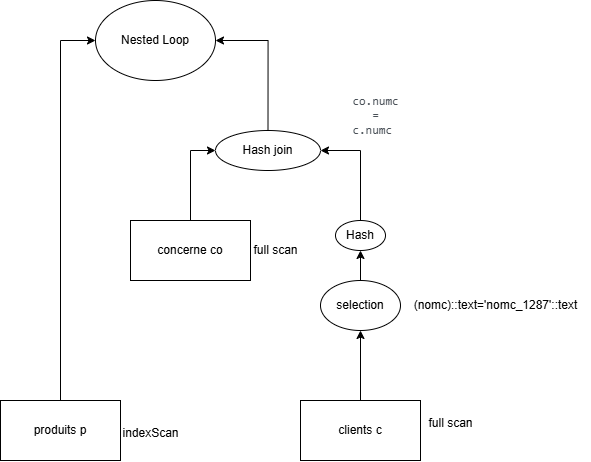
This is Exercice2/questions2_3_3_b.drawio.png from antonincacadetruire/MiniProjet, a draw.io export, as it was before one commit. Source tidied: cells renumbered, new cells last; positions are measured from the earlier drawing's top-left corner, leaving out a move shared by most shapes. The source it was exported from:
```xml
<mxGraphModel>
  <root>
    <mxCell id="0" />
    <mxCell id="1" parent="0" />
    <mxCell id="2" style="edgeStyle=orthogonalEdgeStyle;rounded=0;jettySize=auto;html=1;exitX=0.5;exitY=0;exitDx=0;exitDy=0;entryX=0;entryY=0.5;entryDx=0;entryDy=0;" parent="1" edge="1" source="3" target="16">
      <mxGeometry relative="1" as="geometry" />
    </mxCell>
    <mxCell id="3" value="produits p" style="rounded=0;whiteSpace=wrap;html=1;" parent="1" vertex="1">
      <mxGeometry y="400" width="120" height="60" as="geometry" />
    </mxCell>
    <mxCell id="4" value="clients c" style="rounded=0;whiteSpace=wrap;html=1;" parent="1" vertex="1">
      <mxGeometry x="300" y="400" width="120" height="60" as="geometry" />
    </mxCell>
    <mxCell id="5" style="edgeStyle=orthogonalEdgeStyle;rounded=0;jettySize=auto;html=1;" parent="1" edge="1" source="6" target="10">
      <mxGeometry relative="1" as="geometry" />
    </mxCell>
    <mxCell id="6" value="selection" style="ellipse;whiteSpace=wrap;html=1;" parent="1" vertex="1">
      <mxGeometry x="320" y="280" width="80" height="50" as="geometry" />
    </mxCell>
    <mxCell id="7" value="(nomc)::text='nomc_1287'::text" style="text;html=1;align=center;verticalAlign=middle;strokeColor=none;fillColor=none;" parent="1" vertex="1">
      <mxGeometry x="400" y="290" width="190" height="30" as="geometry" />
    </mxCell>
    <mxCell id="8" style="endArrow=classic;html=1;rounded=0;exitX=0.5;exitY=0;exitDx=0;exitDy=0;entryX=0.5;entryY=1;entryDx=0;entryDy=0;" parent="1" edge="1" source="4" target="6">
      <mxGeometry relative="1" as="geometry" />
    </mxCell>
    <mxCell id="9" style="edgeStyle=orthogonalEdgeStyle;rounded=0;jettySize=auto;html=1;exitX=0.5;exitY=0;exitDx=0;exitDy=0;entryX=1;entryY=0.5;entryDx=0;entryDy=0;" parent="1" edge="1" source="10" target="15">
      <mxGeometry relative="1" as="geometry" />
    </mxCell>
    <mxCell id="10" value="Hash" style="ellipse;whiteSpace=wrap;html=1;" parent="1" vertex="1">
      <mxGeometry x="335" y="220" width="50" height="30" as="geometry" />
    </mxCell>
    <mxCell id="11" style="edgeStyle=orthogonalEdgeStyle;rounded=0;jettySize=auto;html=1;exitX=0.5;exitY=0;exitDx=0;exitDy=0;entryX=0;entryY=0.5;entryDx=0;entryDy=0;" parent="1" edge="1" source="12" target="15">
      <mxGeometry relative="1" as="geometry" />
    </mxCell>
    <mxCell id="12" value="concerne co" style="rounded=0;whiteSpace=wrap;html=1;" parent="1" vertex="1">
      <mxGeometry x="130" y="220" width="120" height="60" as="geometry" />
    </mxCell>
    <mxCell id="13" value="full scan" style="text;html=1;align=center;verticalAlign=middle;strokeColor=none;fillColor=none;" parent="1" vertex="1">
      <mxGeometry x="240" y="235" width="70" height="30" as="geometry" />
    </mxCell>
    <mxCell id="14" style="edgeStyle=orthogonalEdgeStyle;rounded=0;jettySize=auto;html=1;exitX=0.5;exitY=0;exitDx=0;exitDy=0;entryX=1;entryY=0.5;entryDx=0;entryDy=0;" parent="1" edge="1" source="15" target="16">
      <mxGeometry relative="1" as="geometry" />
    </mxCell>
    <mxCell id="15" value="Hash join" style="ellipse;whiteSpace=wrap;html=1;" parent="1" vertex="1">
      <mxGeometry x="215" y="130" width="105" height="40" as="geometry" />
    </mxCell>
    <mxCell id="16" value="Nested Loop" style="ellipse;whiteSpace=wrap;html=1;" parent="1" vertex="1">
      <mxGeometry x="95" width="120" height="80" as="geometry" />
    </mxCell>
    <mxCell id="17" value="indexScan" style="text;html=1;align=center;verticalAlign=middle;strokeColor=none;fillColor=none;" parent="1" vertex="1">
      <mxGeometry x="110" y="418" width="80" height="30" as="geometry" />
    </mxCell>
    <mxCell id="18" value="&lt;span style=&quot;color: rgb(73, 80, 87); font-family: SFMono-Regular, Menlo, Monaco, Consolas, &amp;quot;Liberation Mono&amp;quot;, &amp;quot;Courier New&amp;quot;, monospace; text-align: left; text-wrap-mode: wrap; background-color: rgb(255, 255, 255);&quot;&gt;co.numc = c.numc&amp;nbsp;&lt;/span&gt;" style="text;html=1;align=center;verticalAlign=middle;strokeColor=none;fillColor=none;" parent="1" vertex="1">
      <mxGeometry x="305" y="100" width="140" height="30" as="geometry" />
    </mxCell>
    <mxCell id="19" value="full scan" style="text;html=1;align=center;verticalAlign=middle;strokeColor=none;fillColor=none;" parent="1" vertex="1">
      <mxGeometry x="415" y="408" width="70" height="30" as="geometry" />
    </mxCell>
  </root>
</mxGraphModel>
```
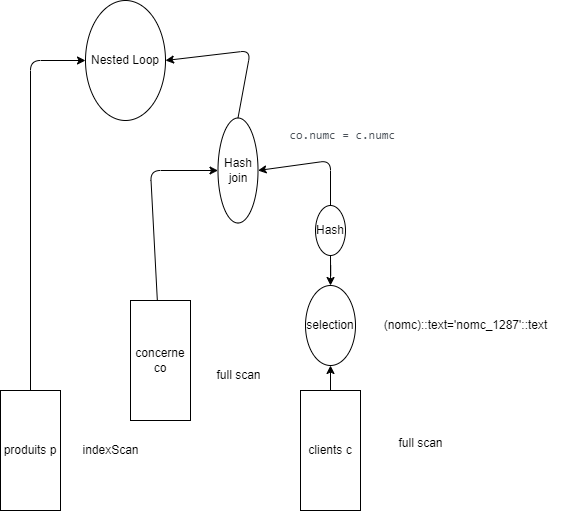
Later version of the same file.

Commit message:
modif conneries anton

What changed in the source:
```diff
@@ -2,53 +2,69 @@
   <root>
     <mxCell id="0" />
     <mxCell id="1" parent="0" />
-    <mxCell id="2" style="edgeStyle=orthogonalEdgeStyle;rounded=0;jettySize=auto;html=1;exitX=0.5;exitY=0;exitDx=0;exitDy=0;entryX=0;entryY=0.5;entryDx=0;entryDy=0;" parent="1" edge="1" source="3" target="16">
-      <mxGeometry relative="1" as="geometry" />
+    <mxCell id="2" style="edgeStyle=none;html=1;exitX=0;exitY=0.5;exitDx=0;exitDy=0;entryX=0.5;entryY=1;entryDx=0;entryDy=0;" parent="1" edge="1" source="3" target="16">
+      <mxGeometry relative="1" as="geometry">
+        <Array as="points">
+          <mxPoint x="60" y="40" />
+        </Array>
+      </mxGeometry>
     </mxCell>
-    <mxCell id="3" value="produits p" style="rounded=0;whiteSpace=wrap;html=1;" parent="1" vertex="1">
-      <mxGeometry y="400" width="120" height="60" as="geometry" />
+    <mxCell id="3" value="produits p" style="rounded=0;whiteSpace=wrap;html=1;direction=south;" parent="1" vertex="1">
+      <mxGeometry x="30" y="370" width="60" height="120" as="geometry" />
     </mxCell>
+    <mxCell id="8" style="edgeStyle=none;html=1;entryX=1;entryY=0.5;entryDx=0;entryDy=0;" parent="1" edge="1" source="4" target="6">
+      <mxGeometry relative="1" as="geometry" />
+    </mxCell>
-    <mxCell id="4" value="clients c" style="rounded=0;whiteSpace=wrap;html=1;" parent="1" vertex="1">
-      <mxGeometry x="300" y="400" width="120" height="60" as="geometry" />
+    <mxCell id="4" value="clients c" style="rounded=0;whiteSpace=wrap;html=1;direction=south;" parent="1" vertex="1">
+      <mxGeometry x="330" y="370" width="60" height="120" as="geometry" />
     </mxCell>
-    <mxCell id="5" style="edgeStyle=orthogonalEdgeStyle;rounded=0;jettySize=auto;html=1;" parent="1" edge="1" source="6" target="10">
+    <mxCell id="5" style="edgeStyle=orthogonalEdgeStyle;rounded=0;jettySize=auto;html=1;" parent="1" edge="1" source="10" target="6">
       <mxGeometry relative="1" as="geometry" />
     </mxCell>
-    <mxCell id="6" value="selection" style="ellipse;whiteSpace=wrap;html=1;" parent="1" vertex="1">
-      <mxGeometry x="320" y="280" width="80" height="50" as="geometry" />
+    <mxCell id="6" value="selection" style="ellipse;whiteSpace=wrap;html=1;direction=south;" parent="1" vertex="1">
+      <mxGeometry x="335" y="265" width="50" height="80" as="geometry" />
     </mxCell>
     <mxCell id="7" value="(nomc)::text='nomc_1287'::text" style="text;html=1;align=center;verticalAlign=middle;strokeColor=none;fillColor=none;" parent="1" vertex="1">
       <mxGeometry x="400" y="290" width="190" height="30" as="geometry" />
     </mxCell>
-    <mxCell id="8" style="endArrow=classic;html=1;rounded=0;exitX=0.5;exitY=0;exitDx=0;exitDy=0;entryX=0.5;entryY=1;entryDx=0;entryDy=0;" parent="1" edge="1" source="4" target="6">
-      <mxGeometry relative="1" as="geometry" />
-    </mxCell>
-    <mxCell id="9" style="edgeStyle=orthogonalEdgeStyle;rounded=0;jettySize=auto;html=1;exitX=0.5;exitY=0;exitDx=0;exitDy=0;entryX=1;entryY=0.5;entryDx=0;entryDy=0;" parent="1" edge="1" source="10" target="15">
-      <mxGeometry relative="1" as="geometry" />
+    <mxCell id="9" style="edgeStyle=none;html=1;entryX=0.5;entryY=0;entryDx=0;entryDy=0;" parent="1" edge="1" source="10" target="15">
+      <mxGeometry relative="1" as="geometry">
+        <Array as="points">
+          <mxPoint x="360" y="140" />
+        </Array>
+      </mxGeometry>
     </mxCell>
-    <mxCell id="10" value="Hash" style="ellipse;whiteSpace=wrap;html=1;" parent="1" vertex="1">
-      <mxGeometry x="335" y="220" width="50" height="30" as="geometry" />
+    <mxCell id="10" value="Hash" style="ellipse;whiteSpace=wrap;html=1;direction=south;" parent="1" vertex="1">
+      <mxGeometry x="345" y="185" width="30" height="50" as="geometry" />
     </mxCell>
-    <mxCell id="11" style="edgeStyle=orthogonalEdgeStyle;rounded=0;jettySize=auto;html=1;exitX=0.5;exitY=0;exitDx=0;exitDy=0;entryX=0;entryY=0.5;entryDx=0;entryDy=0;" parent="1" edge="1" source="12" target="15">
-      <mxGeometry relative="1" as="geometry" />
+    <mxCell id="11" style="edgeStyle=none;html=1;entryX=0.5;entryY=1;entryDx=0;entryDy=0;" parent="1" edge="1" source="12" target="15">
+      <mxGeometry relative="1" as="geometry">
+        <Array as="points">
+          <mxPoint x="180" y="150" />
+        </Array>
+      </mxGeometry>
     </mxCell>
-    <mxCell id="12" value="concerne co" style="rounded=0;whiteSpace=wrap;html=1;" parent="1" vertex="1">
-      <mxGeometry x="130" y="220" width="120" height="60" as="geometry" />
+    <mxCell id="12" value="concerne co" style="rounded=0;whiteSpace=wrap;html=1;direction=south;" parent="1" vertex="1">
+      <mxGeometry x="160" y="280" width="60" height="120" as="geometry" />
     </mxCell>
     <mxCell id="13" value="full scan" style="text;html=1;align=center;verticalAlign=middle;strokeColor=none;fillColor=none;" parent="1" vertex="1">
-      <mxGeometry x="240" y="235" width="70" height="30" as="geometry" />
+      <mxGeometry x="232.5" y="340" width="70" height="30" as="geometry" />
     </mxCell>
-    <mxCell id="14" style="edgeStyle=orthogonalEdgeStyle;rounded=0;jettySize=auto;html=1;exitX=0.5;exitY=0;exitDx=0;exitDy=0;entryX=1;entryY=0.5;entryDx=0;entryDy=0;" parent="1" edge="1" source="15" target="16">
-      <mxGeometry relative="1" as="geometry" />
+    <mxCell id="14" style="edgeStyle=none;html=1;exitX=0;exitY=0.5;exitDx=0;exitDy=0;entryX=0.5;entryY=0;entryDx=0;entryDy=0;" parent="1" edge="1" source="15" target="16">
+      <mxGeometry relative="1" as="geometry">
+        <Array as="points">
+          <mxPoint x="280" y="30" />
+        </Array>
+      </mxGeometry>
     </mxCell>
-    <mxCell id="15" value="Hash join" style="ellipse;whiteSpace=wrap;html=1;" parent="1" vertex="1">
-      <mxGeometry x="215" y="130" width="105" height="40" as="geometry" />
+    <mxCell id="15" value="Hash join" style="ellipse;whiteSpace=wrap;html=1;direction=south;" parent="1" vertex="1">
+      <mxGeometry x="247.5" y="97.5" width="40" height="105" as="geometry" />
     </mxCell>
-    <mxCell id="16" value="Nested Loop" style="ellipse;whiteSpace=wrap;html=1;" parent="1" vertex="1">
-      <mxGeometry x="95" width="120" height="80" as="geometry" />
+    <mxCell id="16" value="Nested Loop" style="ellipse;whiteSpace=wrap;html=1;direction=south;" parent="1" vertex="1">
+      <mxGeometry x="115" y="-20" width="80" height="120" as="geometry" />
     </mxCell>
     <mxCell id="17" value="indexScan" style="text;html=1;align=center;verticalAlign=middle;strokeColor=none;fillColor=none;" parent="1" vertex="1">
-      <mxGeometry x="110" y="418" width="80" height="30" as="geometry" />
+      <mxGeometry x="100" y="415" width="80" height="30" as="geometry" />
     </mxCell>
     <mxCell id="18" value="&lt;span style=&quot;color: rgb(73, 80, 87); font-family: SFMono-Regular, Menlo, Monaco, Consolas, &amp;quot;Liberation Mono&amp;quot;, &amp;quot;Courier New&amp;quot;, monospace; text-align: left; text-wrap-mode: wrap; background-color: rgb(255, 255, 255);&quot;&gt;co.numc = c.numc&amp;nbsp;&lt;/span&gt;" style="text;html=1;align=center;verticalAlign=middle;strokeColor=none;fillColor=none;" parent="1" vertex="1">
       <mxGeometry x="305" y="100" width="140" height="30" as="geometry" />
```
